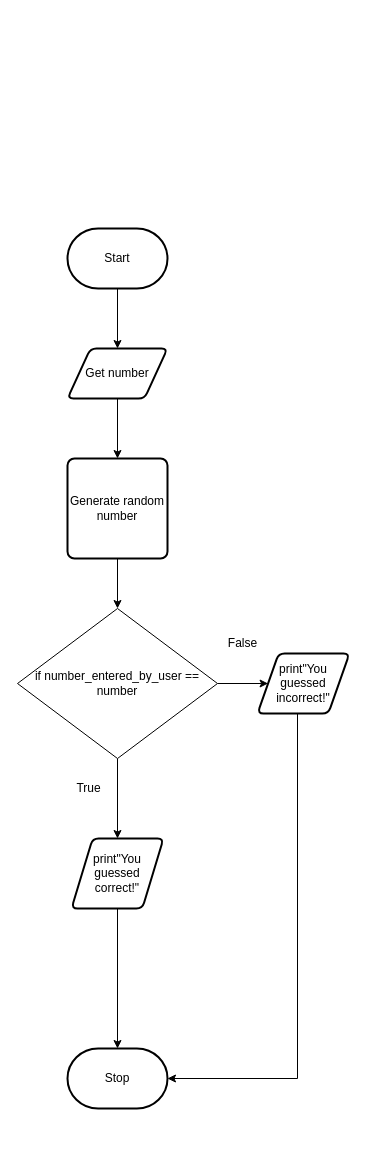
Earlier version of the draw.io diagram flowchart.drawio (michael-clermont1/ICS3U-Unit6-04-Python). Source tidied: cells renumbered, new cells numbered last; positions are measured from the earlier drawing's top-left corner, leaving out a move shared by most shapes. Both pictures are drawn from the tidied source at 100%, with x=0, y=0 at pixel (17, 228).
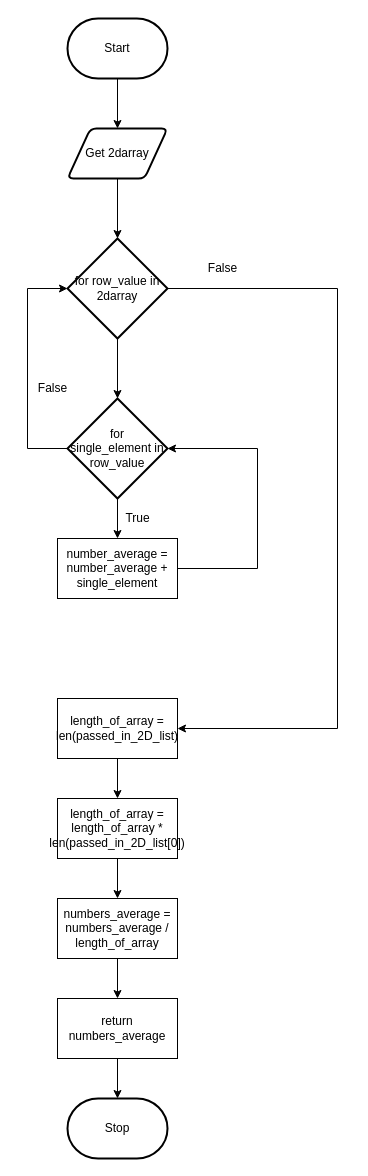
After the change.

Change to the diagram source:
```diff
@@
-    <mxCell id="2" style="edgeStyle=orthogonalEdgeStyle;rounded=0;html=1;exitX=0.5;exitY=1;exitDx=0;exitDy=0;entryX=0.5;entryY=0;entryDx=0;entryDy=0;" parent="1" edge="1" source="3" target="17">
-      <mxGeometry relative="1" as="geometry" />
-    </mxCell>
+    <mxCell id="18" style="edgeStyle=orthogonalEdgeStyle;rounded=0;html=1;entryX=0.5;entryY=0;entryDx=0;entryDy=0;entryPerimeter=0;" parent="1" edge="1" source="3" target="16">
+      <mxGeometry relative="1" as="geometry" />
+    </mxCell>
-    <mxCell id="3" value="Get number" style="shape=parallelogram;html=1;strokeWidth=2;perimeter=parallelogramPerimeter;whiteSpace=wrap;rounded=1;arcSize=12;size=0.23;" parent="1" vertex="1">
-      <mxGeometry x="50" y="120" width="100" height="50" as="geometry" />
+    <mxCell id="3" value="Get 2darray" style="shape=parallelogram;html=1;strokeWidth=2;perimeter=parallelogramPerimeter;whiteSpace=wrap;rounded=1;arcSize=12;size=0.23;" parent="1" vertex="1">
+      <mxGeometry x="50" y="-100" width="100" height="50" as="geometry" />
     </mxCell>
@@
     <mxCell id="5" value="Start" style="strokeWidth=2;html=1;shape=mxgraph.flowchart.terminator;whiteSpace=wrap;" parent="1" vertex="1">
-      <mxGeometry x="50" width="100" height="60" as="geometry" />
+      <mxGeometry x="50" y="-210" width="100" height="60" as="geometry" />
     </mxCell>
     <mxCell id="6" value="Stop" style="strokeWidth=2;html=1;shape=mxgraph.flowchart.terminator;whiteSpace=wrap;" parent="1" vertex="1">
-      <mxGeometry x="50" y="820" width="100" height="60" as="geometry" />
+      <mxGeometry x="50" y="870" width="100" height="60" as="geometry" />
     </mxCell>
-    <mxCell id="7" style="edgeStyle=orthogonalEdgeStyle;rounded=0;html=1;entryX=0.5;entryY=0;entryDx=0;entryDy=0;entryPerimeter=0;" parent="1" edge="1" source="8" target="6">
-      <mxGeometry relative="1" as="geometry" />
-    </mxCell>
-    <mxCell id="8" value="print&quot;You guessed correct!&quot;" style="shape=parallelogram;html=1;strokeWidth=2;perimeter=parallelogramPerimeter;whiteSpace=wrap;rounded=1;arcSize=12;size=0.23;" parent="1" vertex="1">
-      <mxGeometry x="54" y="610" width="92" height="70" as="geometry" />
-    </mxCell>
-    <mxCell id="9" style="edgeStyle=orthogonalEdgeStyle;rounded=0;html=1;entryX=1;entryY=0.5;entryDx=0;entryDy=0;entryPerimeter=0;" parent="1" edge="1" source="10" target="6">
-      <mxGeometry relative="1" as="geometry">
-        <Array as="points">
-          <mxPoint x="280" y="850" />
-        </Array>
-      </mxGeometry>
-    </mxCell>
-    <mxCell id="10" value="print&quot;You guessed incorrect!&quot;" style="shape=parallelogram;html=1;strokeWidth=2;perimeter=parallelogramPerimeter;whiteSpace=wrap;rounded=1;arcSize=12;size=0.23;" parent="1" vertex="1">
-      <mxGeometry x="240" y="425" width="92" height="60" as="geometry" />
-    </mxCell>
-    <mxCell id="11" style="edgeStyle=none;html=1;entryX=0.5;entryY=0;entryDx=0;entryDy=0;" parent="1" edge="1" source="13" target="8">
-      <mxGeometry relative="1" as="geometry" />
-    </mxCell>
-    <mxCell id="12" style="edgeStyle=orthogonalEdgeStyle;html=1;entryX=0;entryY=0.5;entryDx=0;entryDy=0;" parent="1" edge="1" source="13" target="10">
-      <mxGeometry relative="1" as="geometry" />
-    </mxCell>
-    <mxCell id="13" value="&lt;span&gt;if number_entered_by_user == number&lt;/span&gt;" style="rhombus;whiteSpace=wrap;html=1;" parent="1" vertex="1">
-      <mxGeometry y="380" width="200" height="150" as="geometry" />
-    </mxCell>
     <mxCell id="14" value="False" style="text;html=1;align=center;verticalAlign=middle;fillColor=none;strokeColor=none;rounded=0;" parent="1" vertex="1">
-      <mxGeometry x="200" y="405" width="50" height="20" as="geometry" />
+      <mxGeometry x="10" y="150" width="50" height="20" as="geometry" />
     </mxCell>
     <mxCell id="15" value="True" style="text;html=1;align=center;verticalAlign=middle;fillColor=none;strokeColor=none;rounded=0;" parent="1" vertex="1">
-      <mxGeometry x="51" y="550" width="40" height="20" as="geometry" />
+      <mxGeometry x="100" y="280" width="40" height="20" as="geometry" />
     </mxCell>
+    <mxCell id="19" style="edgeStyle=none;html=1;entryX=0.5;entryY=0;entryDx=0;entryDy=0;entryPerimeter=0;" parent="1" edge="1" source="16" target="23">
+      <mxGeometry relative="1" as="geometry" />
+    </mxCell>
+    <mxCell id="20" style="edgeStyle=orthogonalEdgeStyle;rounded=0;html=1;entryX=1;entryY=0.5;entryDx=0;entryDy=0;" parent="1" edge="1" source="16" target="27">
+      <mxGeometry relative="1" as="geometry">
+        <Array as="points">
+          <mxPoint x="320" y="60" />
+          <mxPoint x="320" y="500" />
+        </Array>
+      </mxGeometry>
+    </mxCell>
-    <mxCell id="16" style="edgeStyle=orthogonalEdgeStyle;rounded=0;html=1;entryX=0.5;entryY=0;entryDx=0;entryDy=0;" parent="1" edge="1" source="17" target="13">
-      <mxGeometry relative="1" as="geometry" />
+    <mxCell id="16" value="for row_value in 2darray" style="strokeWidth=2;html=1;shape=mxgraph.flowchart.decision;whiteSpace=wrap;" parent="1" vertex="1">
+      <mxGeometry x="50" y="10" width="100" height="100" as="geometry" />
     </mxCell>
-    <mxCell id="17" value="Generate random number" style="rounded=1;whiteSpace=wrap;html=1;absoluteArcSize=1;arcSize=14;strokeWidth=2;" parent="1" vertex="1">
-      <mxGeometry x="50" y="230" width="100" height="100" as="geometry" />
-    </mxCell>
+    <mxCell id="21" style="edgeStyle=none;html=1;entryX=0.5;entryY=0;entryDx=0;entryDy=0;" parent="1" edge="1" source="23" target="25">
+      <mxGeometry relative="1" as="geometry" />
+    </mxCell>
+    <mxCell id="22" style="edgeStyle=orthogonalEdgeStyle;html=1;rounded=0;" parent="1" edge="1" source="23" target="16">
+      <mxGeometry relative="1" as="geometry">
+        <Array as="points">
+          <mxPoint x="10" y="220" />
+          <mxPoint x="10" y="60" />
+        </Array>
+      </mxGeometry>
+    </mxCell>
+    <mxCell id="23" value="for single_element&amp;nbsp;in row_value" style="strokeWidth=2;html=1;shape=mxgraph.flowchart.decision;whiteSpace=wrap;" parent="1" vertex="1">
+      <mxGeometry x="50" y="170" width="100" height="100" as="geometry" />
+    </mxCell>
+    <mxCell id="24" style="edgeStyle=orthogonalEdgeStyle;rounded=0;html=1;entryX=1;entryY=0.5;entryDx=0;entryDy=0;entryPerimeter=0;" parent="1" edge="1" source="25" target="23">
+      <mxGeometry relative="1" as="geometry">
+        <Array as="points">
+          <mxPoint x="240" y="340" />
+          <mxPoint x="240" y="220" />
+        </Array>
+      </mxGeometry>
+    </mxCell>
+    <mxCell id="25" value="number_average = number_average + single_element" style="rounded=0;whiteSpace=wrap;html=1;" parent="1" vertex="1">
+      <mxGeometry x="40" y="310" width="120" height="60" as="geometry" />
+    </mxCell>
+    <mxCell id="26" style="edgeStyle=orthogonalEdgeStyle;rounded=0;html=1;entryX=0.5;entryY=0;entryDx=0;entryDy=0;" parent="1" edge="1" source="27" target="30">
+      <mxGeometry relative="1" as="geometry" />
+    </mxCell>
+    <mxCell id="27" value="length_of_array = len(passed_in_2D_list)" style="rounded=0;whiteSpace=wrap;html=1;" parent="1" vertex="1">
+      <mxGeometry x="40" y="470" width="120" height="60" as="geometry" />
+    </mxCell>
+    <mxCell id="28" value="False" style="text;html=1;align=center;verticalAlign=middle;fillColor=none;strokeColor=none;rounded=0;" parent="1" vertex="1">
+      <mxGeometry x="180" y="30" width="50" height="20" as="geometry" />
+    </mxCell>
+    <mxCell id="29" style="edgeStyle=orthogonalEdgeStyle;rounded=0;html=1;entryX=0.5;entryY=0;entryDx=0;entryDy=0;" parent="1" edge="1" source="30" target="32">
+      <mxGeometry relative="1" as="geometry" />
+    </mxCell>
+    <mxCell id="30" value="length_of_array = length_of_array * len(passed_in_2D_list[0])" style="rounded=0;whiteSpace=wrap;html=1;" parent="1" vertex="1">
+      <mxGeometry x="40" y="570" width="120" height="60" as="geometry" />
+    </mxCell>
+    <mxCell id="31" style="edgeStyle=orthogonalEdgeStyle;rounded=0;html=1;entryX=0.5;entryY=0;entryDx=0;entryDy=0;" parent="1" edge="1" source="32" target="34">
+      <mxGeometry relative="1" as="geometry" />
+    </mxCell>
+    <mxCell id="32" value="numbers_average = numbers_average / length_of_array" style="rounded=0;whiteSpace=wrap;html=1;" parent="1" vertex="1">
+      <mxGeometry x="40" y="670" width="120" height="60" as="geometry" />
+    </mxCell>
+    <mxCell id="33" style="edgeStyle=orthogonalEdgeStyle;rounded=0;html=1;entryX=0.5;entryY=0;entryDx=0;entryDy=0;entryPerimeter=0;" parent="1" edge="1" source="34" target="6">
+      <mxGeometry relative="1" as="geometry" />
+    </mxCell>
+    <mxCell id="34" value="return numbers_average" style="rounded=0;whiteSpace=wrap;html=1;" parent="1" vertex="1">
+      <mxGeometry x="40" y="770" width="120" height="60" as="geometry" />
+    </mxCell>
```
